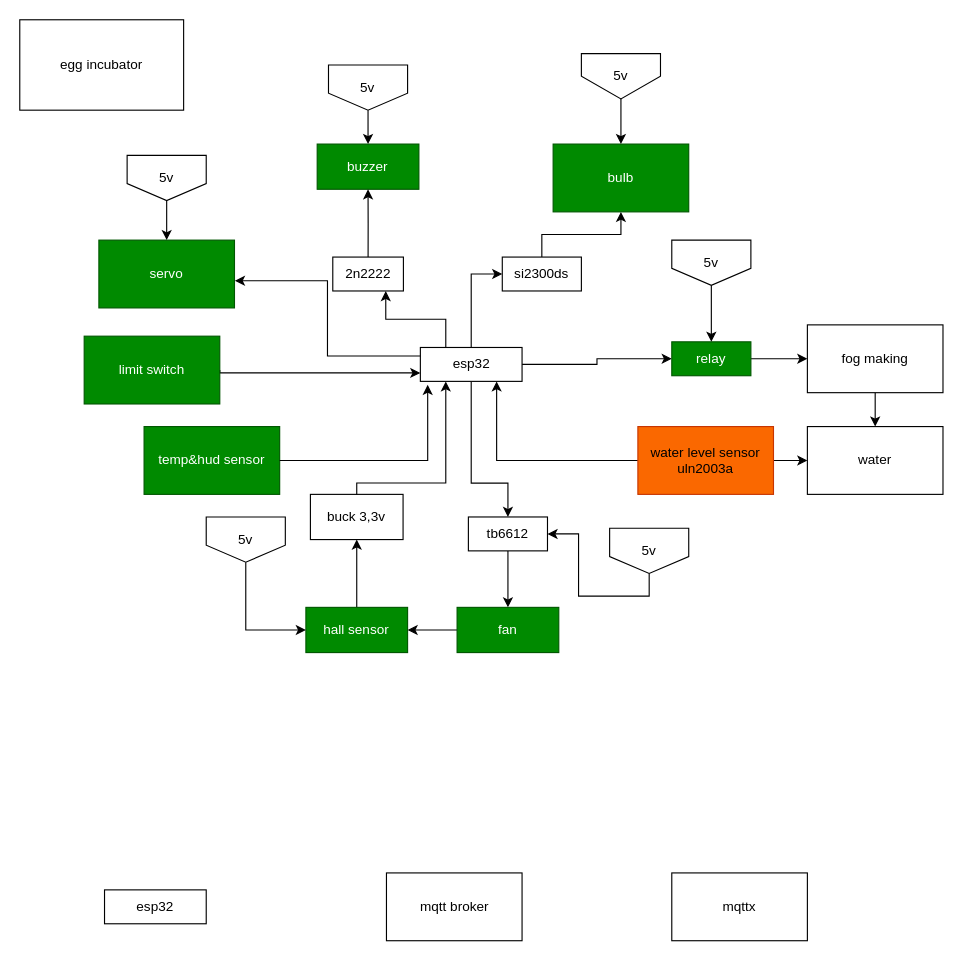
Above: Untitled Diagram.drawio in lqhoang231-creator/egg-incubator (draw.io), before the change. Source tidied: cells renumbered, new cells numbered last; positions are measured from the earlier drawing's top-left corner, leaving out a move shared by most shapes. Both pictures are drawn from the tidied source at 113%, with x=0, y=0 at pixel (19, 19).
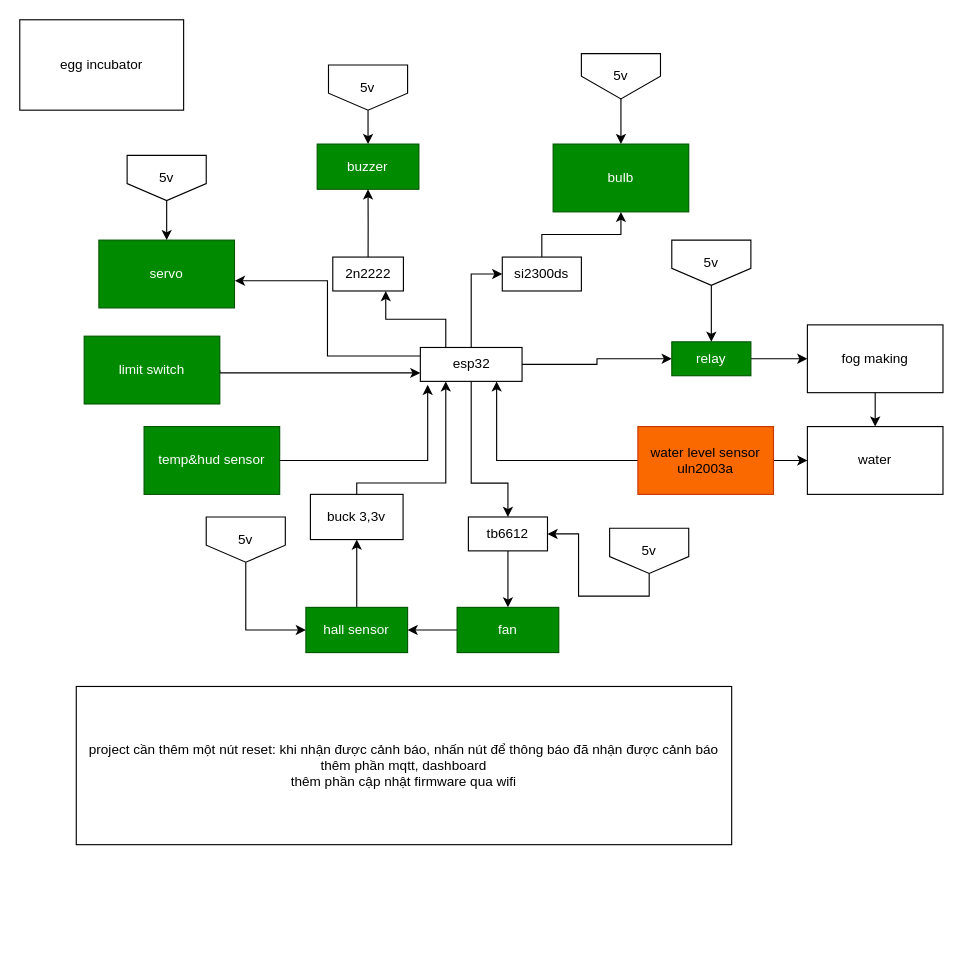
Above is the later version.

What changed in the source:
```diff
@@
-    <mxCell id="44" value="esp32" style="rounded=0;whiteSpace=wrap;html=1;" parent="1" vertex="1">
-      <mxGeometry x="75" y="770" width="90" height="30" as="geometry" />
-    </mxCell>
-    <mxCell id="45" value="mqtt broker" style="rounded=0;whiteSpace=wrap;html=1;" parent="1" vertex="1">
-      <mxGeometry x="324.5" y="755" width="120" height="60" as="geometry" />
-    </mxCell>
-    <mxCell id="46" value="mqttx" style="rounded=0;whiteSpace=wrap;html=1;" parent="1" vertex="1">
-      <mxGeometry x="577" y="755" width="120" height="60" as="geometry" />
-    </mxCell>
@@
+    <mxCell id="51" value="project cần thêm một nút reset: khi nhận được cảnh báo, nhấn nút để thông báo đã nhận được cảnh báo&lt;div&gt;thêm phần mqtt, dashboard&lt;/div&gt;&lt;div&gt;thêm phần cập nhật firmware qua wifi&lt;/div&gt;" style="rounded=0;whiteSpace=wrap;html=1;" parent="1" vertex="1">
+      <mxGeometry x="50" y="590" width="580" height="140" as="geometry" />
+    </mxCell>
```
